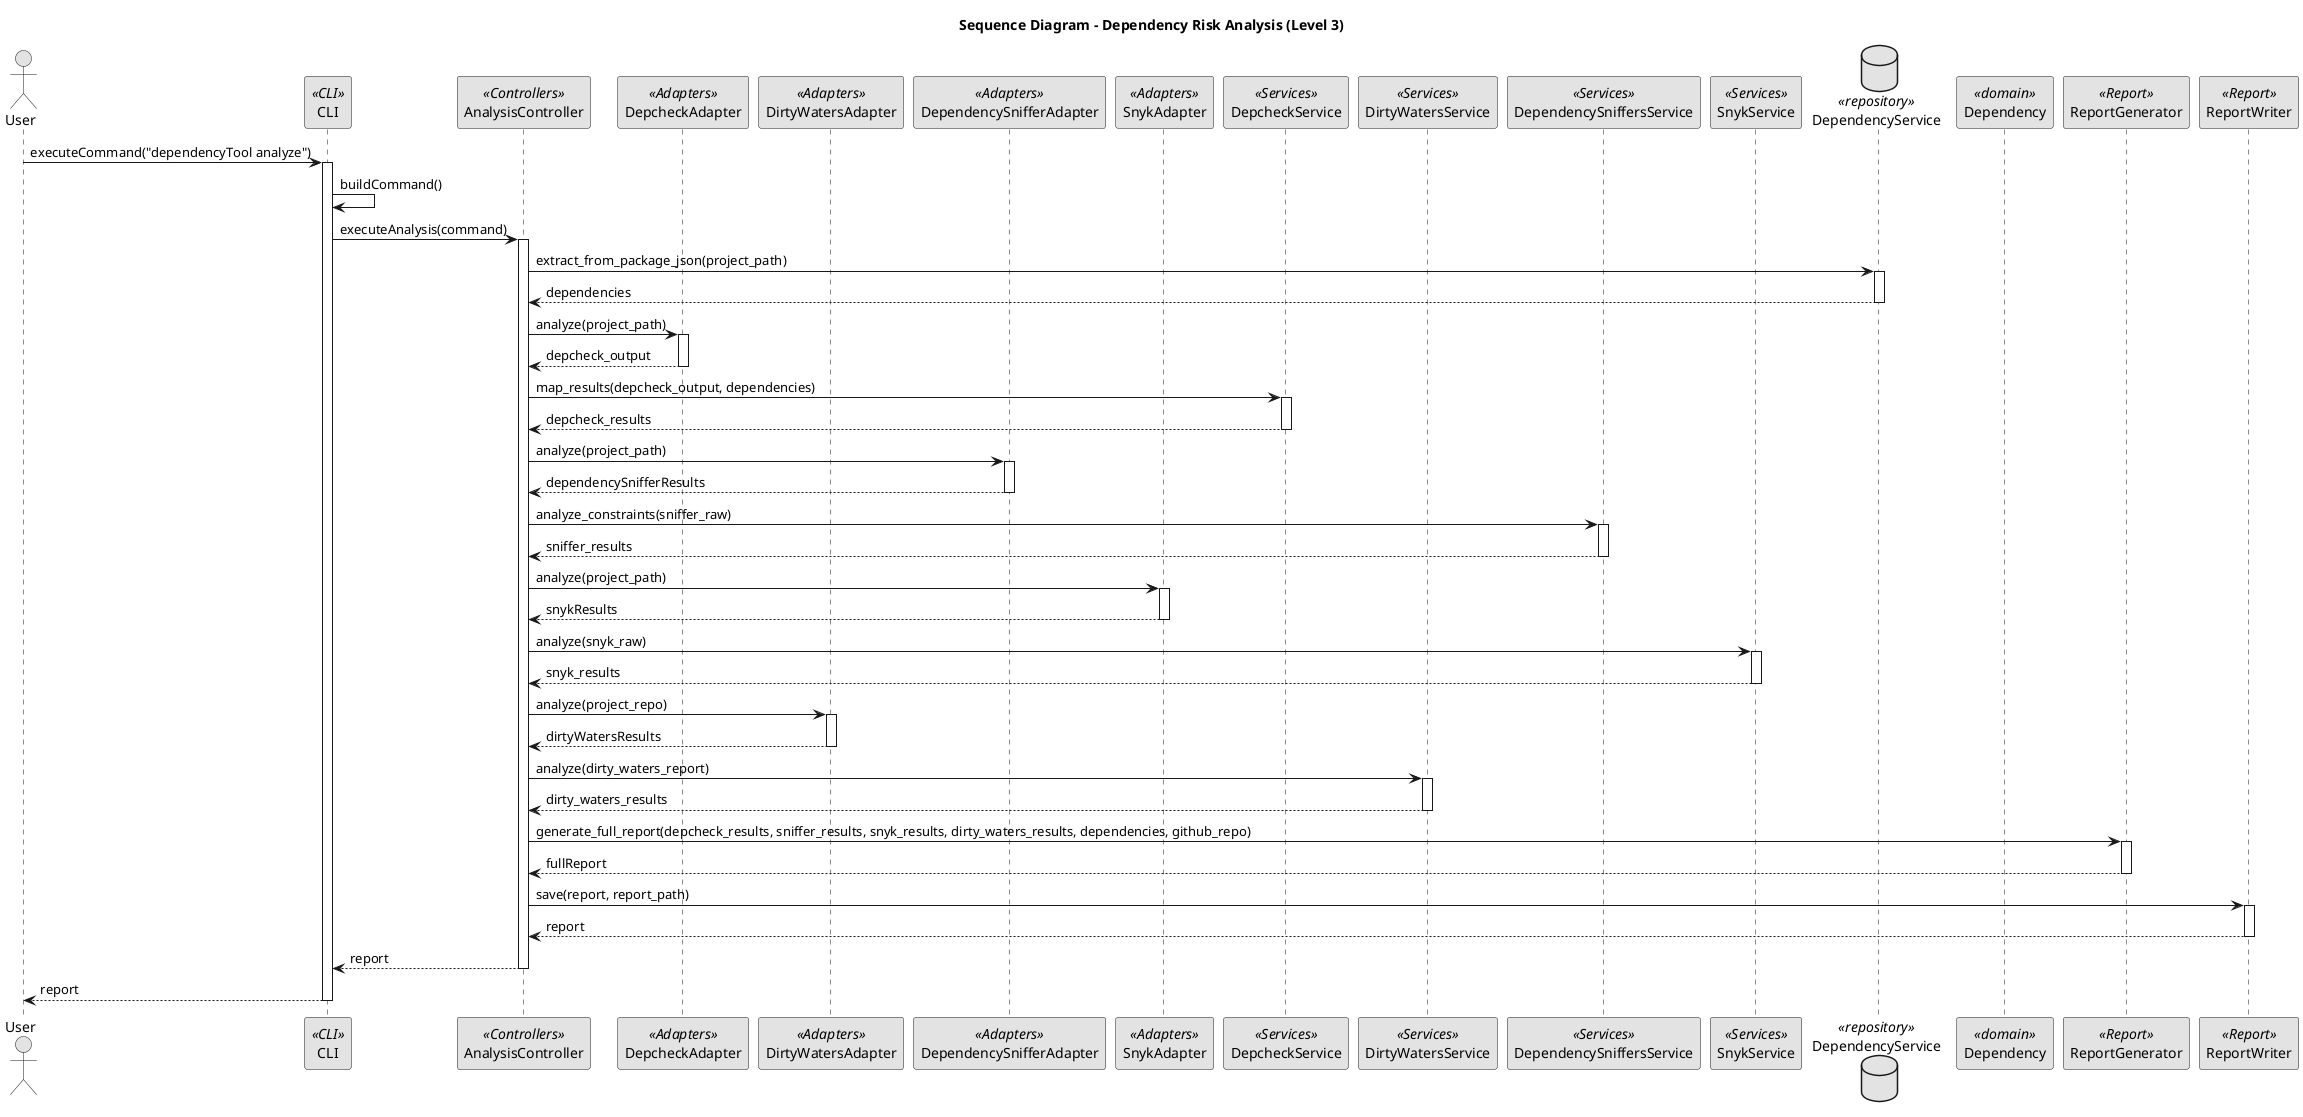
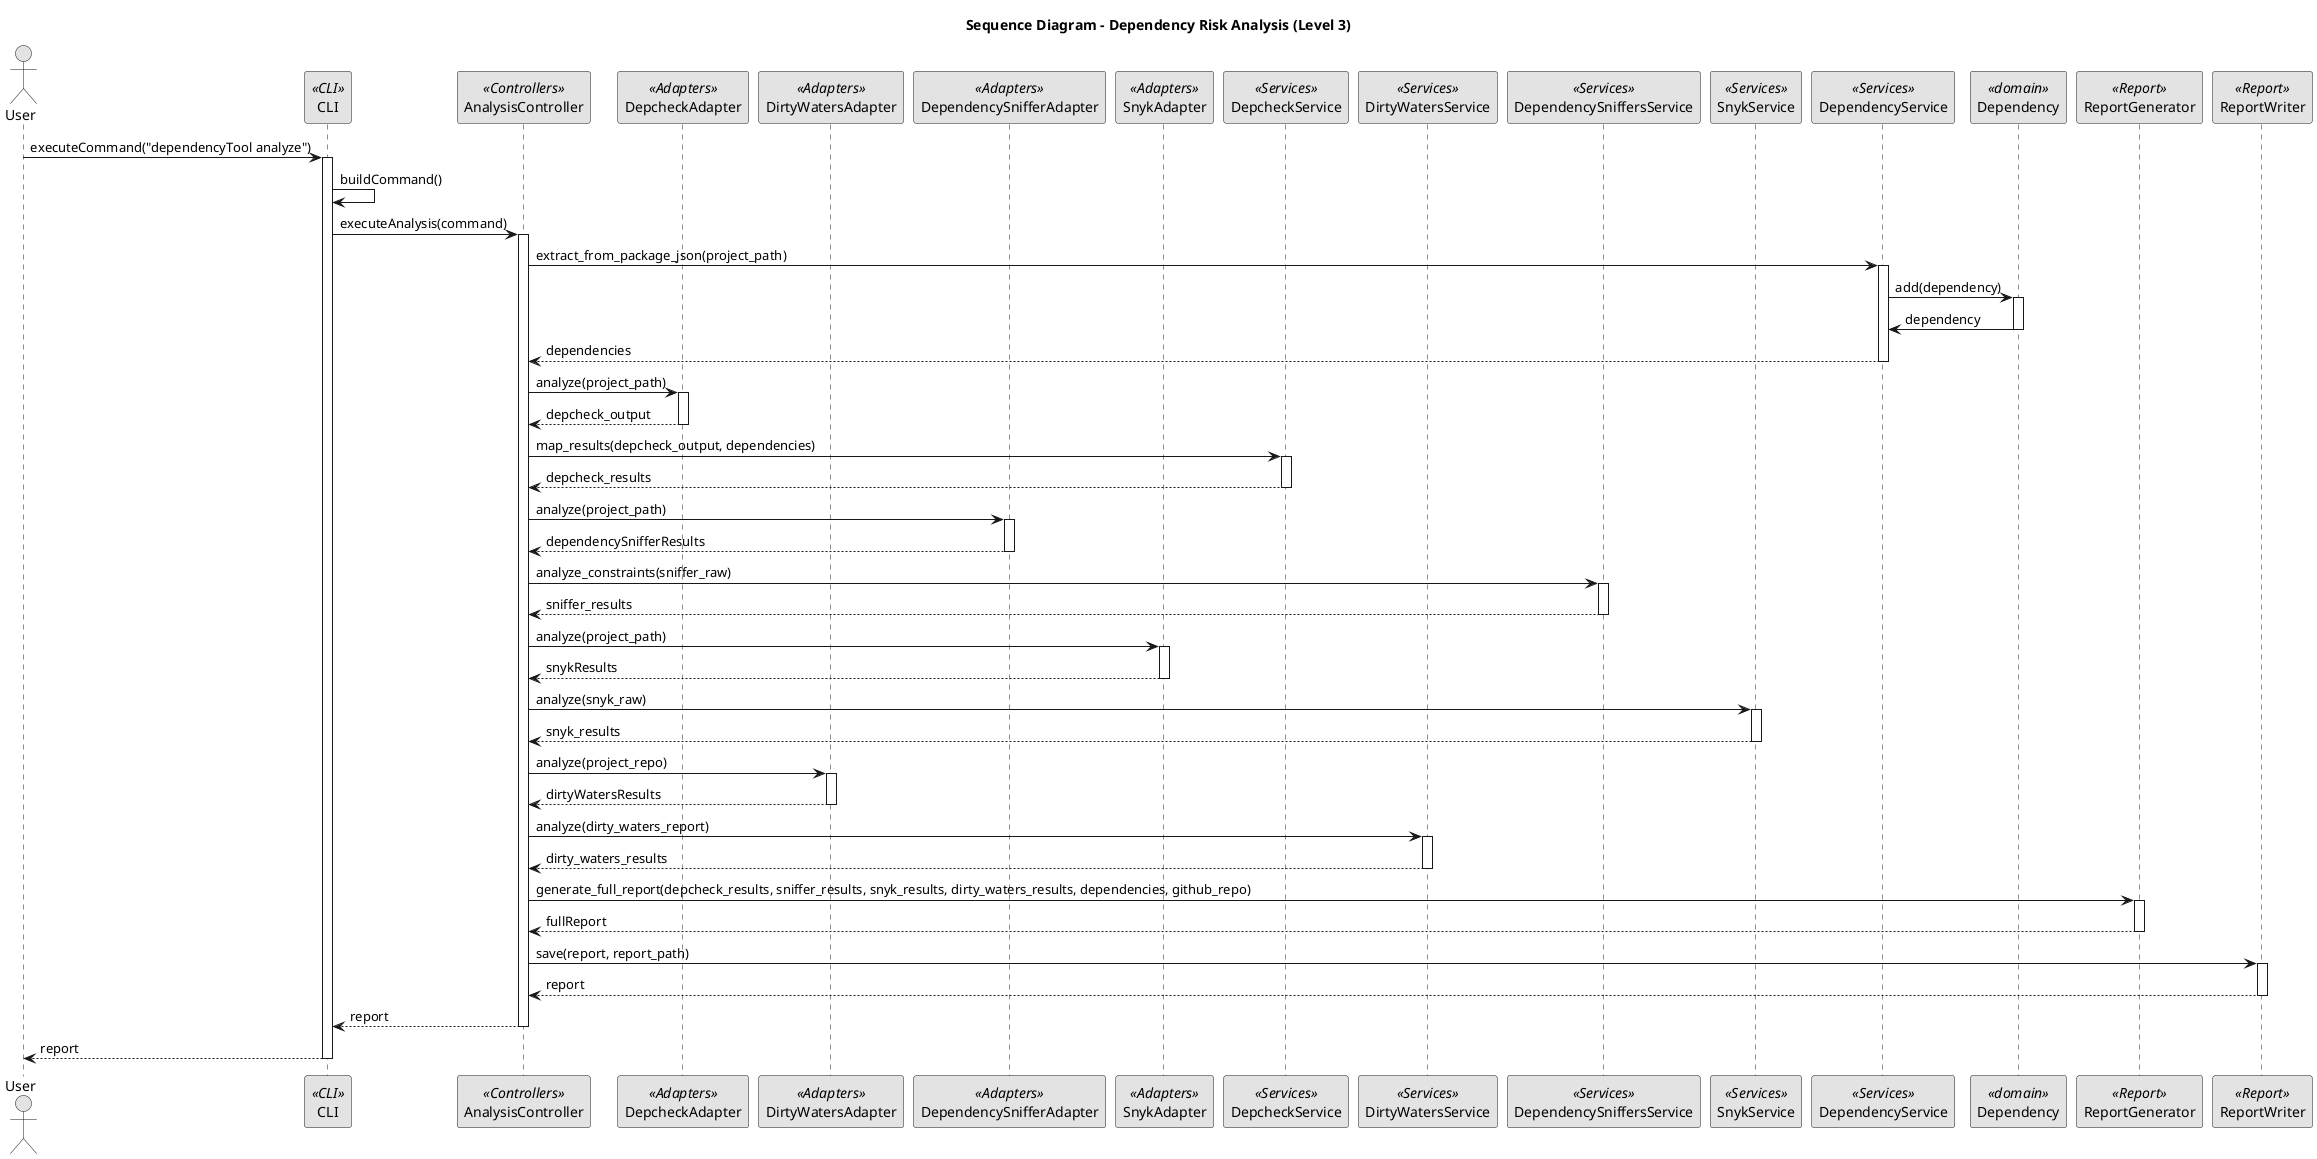
@startuml

title Sequence Diagram - Dependency Risk Analysis (Level 3)
skinparam monochrome true
skinparam shadowing false

actor User
participant "CLI" as CLI <<CLI>>
participant "AnalysisController" as CTRL <<Controllers>>
participant "DepcheckAdapter" as DEP <<Adapters>>
participant "DirtyWatersAdapter" as DW <<Adapters>>
participant "DependencySnifferAdapter" as DS <<Adapters>>
participant "SnykAdapter" as SS <<Adapters>>

participant "DepcheckService" as SD <<Services>>
participant "DirtyWatersService" as SDW <<Services>>
participant "DependencySniffersService" as SDS <<Services>>
participant "SnykService" as SSS <<Services>>

- database "DependencyService" as DepSer <<repository>>
+ participant "DependencyService" as DepSer <<Services>>

participant "Dependency" as DEPDOM <<domain>>

participant "ReportGenerator" as Report <<Report>>
participant "ReportWriter" as ReportW <<Report>>

User -> CLI : executeCommand("dependencyTool analyze")
activate CLI

CLI -> CLI : buildCommand()
CLI -> CTRL : executeAnalysis(command)
activate CTRL

CTRL -> DepSer : extract_from_package_json(project_path)
activate DepSer
+ 
+ DepSer -> DEPDOM : add(dependency)
+     activate DEPDOM
+ 
+ DEPDOM -> DepSer : dependency
+     deactivate DEPDOM

DepSer --> CTRL: dependencies
deactivate DepSer

CTRL -> DEP : analyze(project_path)
activate DEP
DEP --> CTRL : depcheck_output
deactivate DEP

CTRL -> SD : map_results(depcheck_output, dependencies)
activate SD
SD --> CTRL : depcheck_results
deactivate SD

CTRL -> DS : analyze(project_path)
activate DS
DS --> CTRL : dependencySnifferResults
deactivate DS

CTRL -> SDS : analyze_constraints(sniffer_raw)
activate SDS
SDS --> CTRL : sniffer_results
deactivate SDS


CTRL -> SS : analyze(project_path)
activate SS

SS --> CTRL : snykResults
deactivate SS

CTRL -> SSS : analyze(snyk_raw)
activate SSS
SSS --> CTRL : snyk_results
deactivate SSS

CTRL -> DW : analyze(project_repo)
activate DW
DW --> CTRL : dirtyWatersResults
deactivate DW

CTRL -> SDW : analyze(dirty_waters_report)
activate SDW
SDW --> CTRL : dirty_waters_results
deactivate SDW


CTRL -> Report : generate_full_report(depcheck_results, sniffer_results, snyk_results, dirty_waters_results, dependencies, github_repo)
activate Report

Report --> CTRL : fullReport
deactivate Report

CTRL -> ReportW : save(report, report_path)
activate ReportW

ReportW --> CTRL : report
deactivate ReportW

CTRL --> CLI : report
deactivate CTRL

CLI --> User : report
deactivate CLI

@enduml